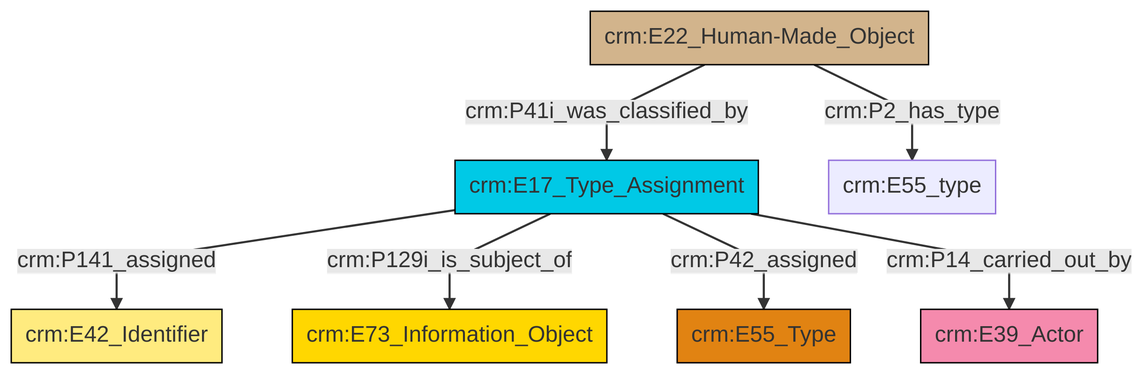
Above: et/builtWorkCSV/ttl/mmd/png/Built_Work_designation_status.png in swiss-art-research-net/reference-data-models (Mermaid), before the change. Its source is kept beside it as et/builtWorkCSV/ttl/mmd/Built_Work_designation_status.ttl.mmd.
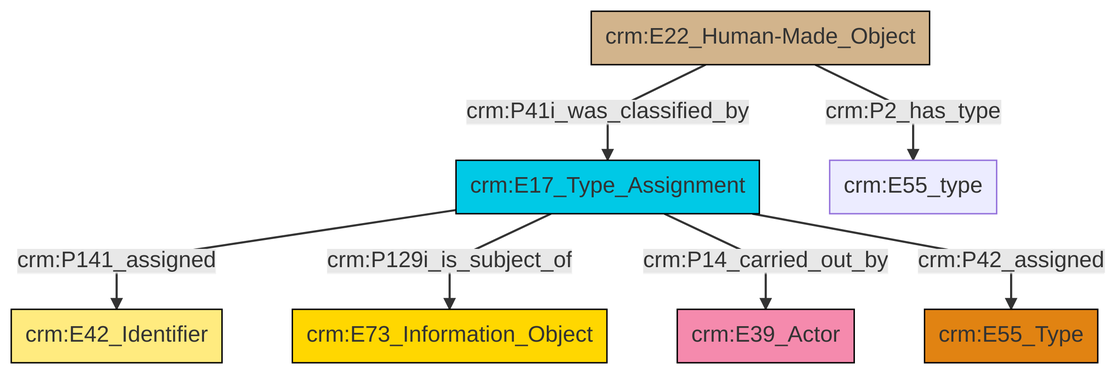
After the commit.

Change to the diagram source:
```diff
@@ -13,9 +13,9 @@
 classDef PC_Classes fill:#4ce600, stroke:#000000;
 classDef Multi fill:#cccccc,stroke:#000000;
 
-6["crm:E17_Type_Assignment"]:::Temporal_Entity -->|crm:P141_assigned| 2["crm:E42_Identifier"]:::Appellation
-0["crm:E22_Human-Made_Object"]:::Physical_Thing -->|crm:P41i_was_classified_by| 6["crm:E17_Type_Assignment"]:::Temporal_Entity
-6["crm:E17_Type_Assignment"]:::Temporal_Entity -->|crm:P129i_is_subject_of| 4["crm:E73_Information_Object"]:::Conceptual_Object
-6["crm:E17_Type_Assignment"]:::Temporal_Entity -->|crm:P42_assigned| 7["crm:E55_Type"]:::Type
-6["crm:E17_Type_Assignment"]:::Temporal_Entity -->|crm:P14_carried_out_by| 9["crm:E39_Actor"]:::Actor
-0["crm:E22_Human-Made_Object"]:::Physical_Thing -->|crm:P2_has_type| 11["crm:E55_type"]:::Default
+0["crm:E17_Type_Assignment"]:::Temporal_Entity -->|crm:P141_assigned| 1["crm:E42_Identifier"]:::Appellation
+2["crm:E22_Human-Made_Object"]:::Physical_Thing -->|crm:P2_has_type| 3["crm:E55_type"]:::Default
+0["crm:E17_Type_Assignment"]:::Temporal_Entity -->|crm:P129i_is_subject_of| 6["crm:E73_Information_Object"]:::Conceptual_Object
+0["crm:E17_Type_Assignment"]:::Temporal_Entity -->|crm:P14_carried_out_by| 7["crm:E39_Actor"]:::Actor
+2["crm:E22_Human-Made_Object"]:::Physical_Thing -->|crm:P41i_was_classified_by| 0["crm:E17_Type_Assignment"]:::Temporal_Entity
+0["crm:E17_Type_Assignment"]:::Temporal_Entity -->|crm:P42_assigned| 4["crm:E55_Type"]:::Type
```
